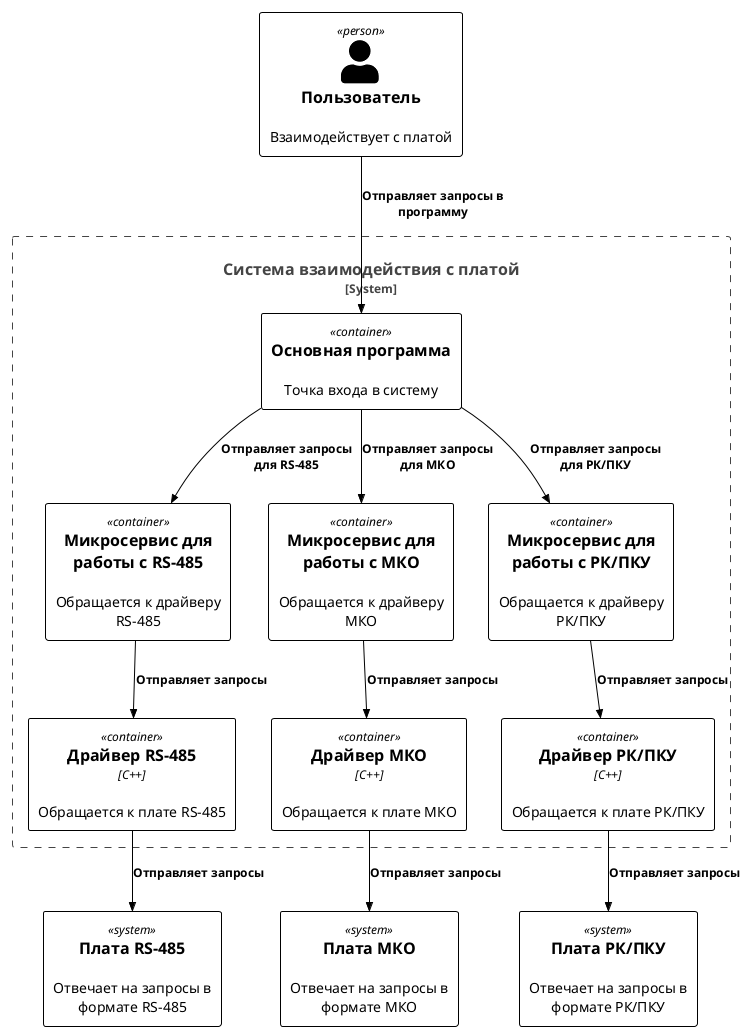
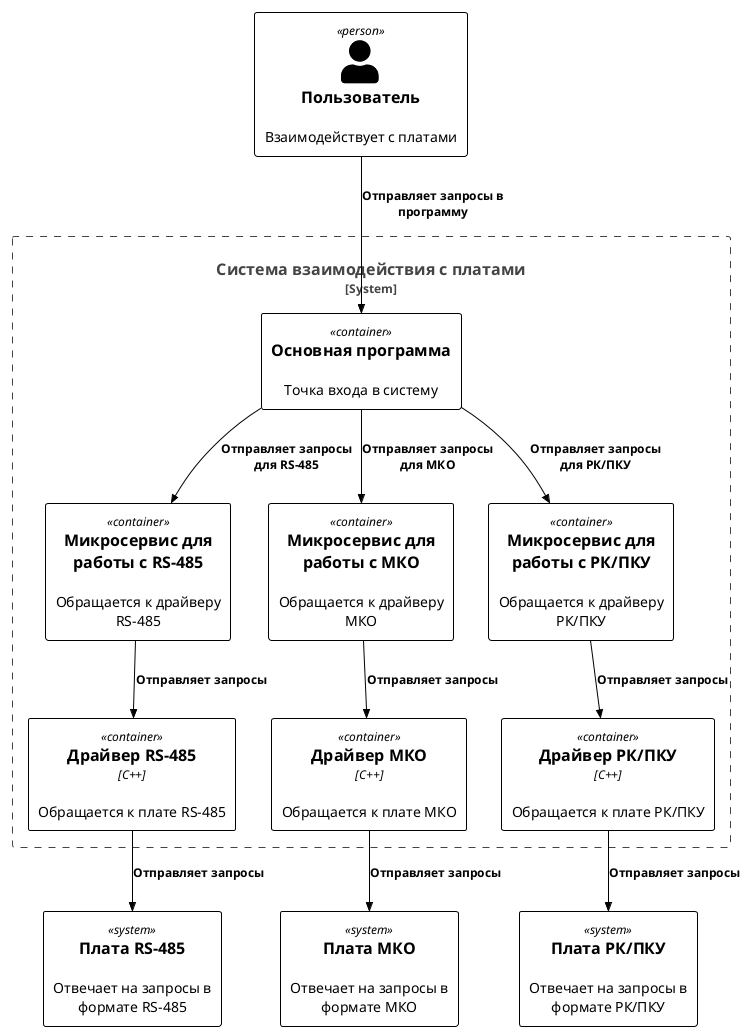
@startuml c_2

!include <C4/C4_Container>

!theme plain

UpdateElementStyle(Person, $borderColor="#000000", $fontColor="#000000", $bgColor="#ffffff")
UpdateElementStyle(System, $borderColor="#000000", $fontColor="#000000", $bgColor="#ffffff")
UpdateElementStyle(Container, $borderColor="#000000", $fontColor="#000000", $bgColor="#ffffff")


- Person(user, "Пользователь", "Взаимодействует с платой")
+ Person(user, "Пользователь", "Взаимодействует с платами")

- System_Boundary(workplace, "Система взаимодействия с платой") {
+ System_Boundary(workplace, "Система взаимодействия с платами") {
    Container(main, "Основная программа", "", "Точка входа в систему")
    Container(rs485_service, "Микросервис для работы с RS-485", "", "Обращается к драйверу RS-485")
    Container(mko_service, "Микросервис для работы с МКО", "", "Обращается к драйверу МКО")
    Container(pku_service, "Микросервис для работы с РК/ПКУ", "", "Обращается к драйверу РК/ПКУ")
    Container(rs485_driver, "Драйвер RS-485", "С++", "Обращается к плате RS-485")
    Container(mko_driver, "Драйвер МКО", "С++", "Обращается к плате МКО")
    Container(pku_driver, "Драйвер РК/ПКУ", "C++", "Обращается к плате РК/ПКУ")
}

System(rs485_board, "Плата RS-485", "Отвечает на запросы в формате RS-485")
System(mko_board, "Плата МКО", "Отвечает на запросы в формате МКО")
System(pku_board, "Плата РК/ПКУ", "Отвечает на запросы в формате РК/ПКУ")

Rel(user, main, "Отправляет запросы в программу")

Rel(main, rs485_service, "Отправляет запросы для RS-485")
Rel(main, mko_service, "Отправляет запросы для МКО")
Rel(main, pku_service, "Отправляет запросы для РК/ПКУ")

Rel(rs485_service, rs485_driver, "Отправляет запросы")

Rel(mko_service, mko_driver, "Отправляет запросы")

Rel(pku_service, pku_driver, "Отправляет запросы")

Rel(rs485_driver, rs485_board, "Отправляет запросы")

Rel(mko_driver, mko_board, "Отправляет запросы")

Rel(pku_driver, pku_board, "Отправляет запросы")

@enduml